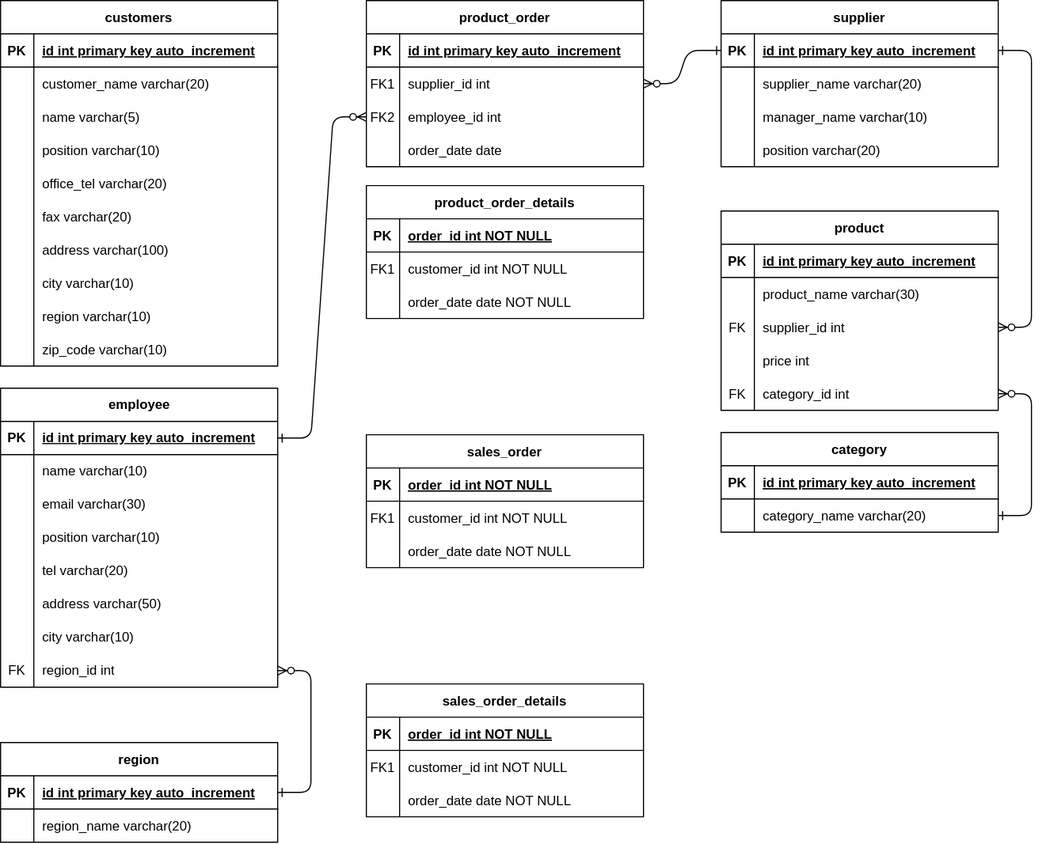
This is Mysql/northwind.svg from zzzmini/k-digital, a draw.io export, as it was before one commit. Source tidied: cells renumbered, new cells last; positions are measured from the earlier drawing's top-left corner, leaving out a move shared by most shapes.
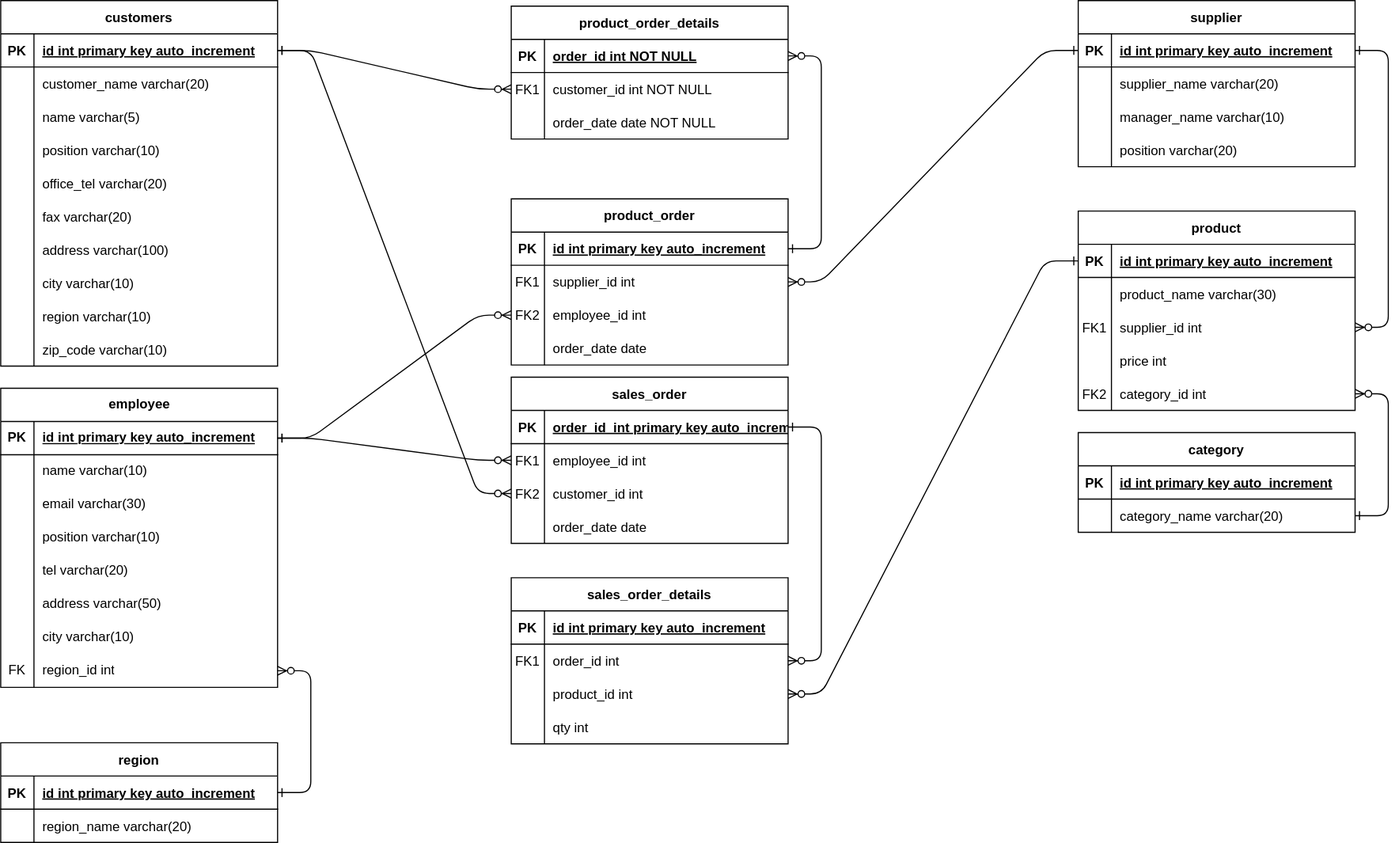
After the change.

Change to the diagram source:
```diff
@@ -9,7 +9,7 @@
       <mxGeometry relative="1" as="geometry" />
     </mxCell>
     <mxCell id="4" value="product_order" style="shape=table;startSize=30;rowLines=0;fontStyle=1;align=center;" parent="1" vertex="1">
-      <mxGeometry x="330" width="250" height="150" as="geometry" />
+      <mxGeometry x="461" y="179" width="250" height="150" as="geometry" />
     </mxCell>
     <mxCell id="5" style="shape=partialRectangle;fillColor=none;points=[[0,0.5],[1,0.5]];portConstraint=eastwest;top=0;left=0;right=0;bottom=1;" parent="4" vertex="1">
       <mxGeometry y="30" width="250" height="30" as="geometry" />
@@ -236,11 +236,11 @@
     <mxCell id="79" value="region_name varchar(20)" style="shape=partialRectangle;overflow=hidden;fillColor=none;top=0;left=0;bottom=0;right=0;align=left;spacingLeft=6;" parent="77" vertex="1">
       <mxGeometry x="30" width="220" height="30" as="geometry" />
     </mxCell>
-    <mxCell id="80" style="edgeStyle=entityRelationEdgeStyle;endArrow=ERzeroToMany;startArrow=ERone;endFill=1;startFill=0;exitX=1;exitY=0.5;exitDx=0;exitDy=0;" parent="1" edge="1" source="74" target="70">
+    <mxCell id="80" style="edgeStyle=entityRelationEdgeStyle;endArrow=ERzeroToMany;startArrow=ERone;endFill=1;startFill=0;exitX=1;exitY=0.5;exitDx=0;exitDy=0;entryX=1;entryY=0.5;entryDx=0;entryDy=0;" parent="1" edge="1" source="139" target="132">
       <mxGeometry relative="1" as="geometry" />
     </mxCell>
     <mxCell id="81" value="supplier" style="shape=table;startSize=30;rowLines=0;fontStyle=1;align=center;" parent="1" vertex="1">
-      <mxGeometry x="650" width="250" height="150" as="geometry" />
+      <mxGeometry x="973" width="250" height="150" as="geometry" />
     </mxCell>
     <mxCell id="82" style="shape=partialRectangle;fillColor=none;points=[[0,0.5],[1,0.5]];portConstraint=eastwest;top=0;left=0;right=0;bottom=1;" parent="81" vertex="1">
       <mxGeometry y="30" width="250" height="30" as="geometry" />
@@ -279,7 +279,7 @@
       <mxGeometry x="30" width="220" height="30" as="geometry" />
     </mxCell>
     <mxCell id="94" value="product" style="shape=table;startSize=30;rowLines=0;fontStyle=1;align=center;" parent="1" vertex="1">
-      <mxGeometry x="650" y="190" width="250" height="180" as="geometry" />
+      <mxGeometry x="973" y="190" width="250" height="180" as="geometry" />
     </mxCell>
     <mxCell id="95" style="shape=partialRectangle;fillColor=none;points=[[0,0.5],[1,0.5]];portConstraint=eastwest;top=0;left=0;right=0;bottom=1;" parent="94" vertex="1">
       <mxGeometry y="30" width="250" height="30" as="geometry" />
@@ -302,7 +302,7 @@
     <mxCell id="101" style="shape=partialRectangle;fillColor=none;points=[[0,0.5],[1,0.5]];portConstraint=eastwest;top=0;left=0;right=0;bottom=0;" parent="94" vertex="1">
       <mxGeometry y="90" width="250" height="30" as="geometry" />
     </mxCell>
-    <mxCell id="102" value="FK" style="shape=partialRectangle;overflow=hidden;fillColor=none;top=0;left=0;bottom=0;right=0;" parent="101" vertex="1">
+    <mxCell id="102" value="FK1" style="shape=partialRectangle;overflow=hidden;fillColor=none;top=0;left=0;bottom=0;right=0;" parent="101" vertex="1">
       <mxGeometry width="30" height="30" as="geometry" />
     </mxCell>
     <mxCell id="103" value="supplier_id int" style="shape=partialRectangle;overflow=hidden;fillColor=none;top=0;left=0;bottom=0;right=0;align=left;spacingLeft=6;" parent="101" vertex="1">
@@ -320,14 +320,14 @@
     <mxCell id="107" style="shape=partialRectangle;fillColor=none;points=[[0,0.5],[1,0.5]];portConstraint=eastwest;top=0;left=0;right=0;bottom=0;" parent="94" vertex="1">
       <mxGeometry y="150" width="250" height="30" as="geometry" />
     </mxCell>
-    <mxCell id="108" value="FK" style="shape=partialRectangle;overflow=hidden;fillColor=none;top=0;left=0;bottom=0;right=0;" parent="107" vertex="1">
+    <mxCell id="108" value="FK2" style="shape=partialRectangle;overflow=hidden;fillColor=none;top=0;left=0;bottom=0;right=0;" parent="107" vertex="1">
       <mxGeometry width="30" height="30" as="geometry" />
     </mxCell>
     <mxCell id="109" value="category_id int" style="shape=partialRectangle;overflow=hidden;fillColor=none;top=0;left=0;bottom=0;right=0;align=left;spacingLeft=6;" parent="107" vertex="1">
       <mxGeometry x="30" width="220" height="30" as="geometry" />
     </mxCell>
     <mxCell id="110" value="category" style="shape=table;startSize=30;rowLines=0;fontStyle=1;align=center;" parent="1" vertex="1">
-      <mxGeometry x="650" y="390" width="250" height="90" as="geometry" />
+      <mxGeometry x="973" y="390" width="250" height="90" as="geometry" />
     </mxCell>
     <mxCell id="111" style="shape=partialRectangle;fillColor=none;top=0;left=0;right=0;bottom=1;" parent="110" vertex="1">
       <mxGeometry y="30" width="250" height="30" as="geometry" />
@@ -351,7 +351,7 @@
       <mxGeometry relative="1" as="geometry" />
     </mxCell>
     <mxCell id="118" value="product_order_details" style="shape=table;startSize=30;rowLines=0;fontStyle=1;align=center;" parent="1" vertex="1">
-      <mxGeometry x="330" y="167" width="250" height="120" as="geometry" />
+      <mxGeometry x="461" y="5" width="250" height="120" as="geometry" />
     </mxCell>
     <mxCell id="119" style="shape=partialRectangle;fillColor=none;points=[[0,0.5],[1,0.5]];portConstraint=eastwest;top=0;left=0;right=0;bottom=1;" parent="118" vertex="1">
       <mxGeometry y="30" width="250" height="30" as="geometry" />
@@ -381,7 +381,7 @@
       <mxGeometry x="30" width="220" height="30" as="geometry" />
     </mxCell>
     <mxCell id="128" value="sales_order_details" style="shape=table;startSize=30;rowLines=0;fontStyle=1;align=center;" parent="1" vertex="1">
-      <mxGeometry x="330" y="617" width="250" height="120" as="geometry" />
+      <mxGeometry x="461" y="521" width="250" height="150" as="geometry" />
     </mxCell>
     <mxCell id="129" style="shape=partialRectangle;fillColor=none;top=0;left=0;right=0;bottom=1;" parent="128" vertex="1">
       <mxGeometry y="30" width="250" height="30" as="geometry" />
@@ -389,7 +389,7 @@
     <mxCell id="130" value="PK" style="shape=partialRectangle;overflow=hidden;fillColor=none;top=0;left=0;bottom=0;right=0;fontStyle=1;" parent="129" vertex="1">
       <mxGeometry width="30" height="30" as="geometry" />
     </mxCell>
-    <mxCell id="131" value="order_id int NOT NULL " style="shape=partialRectangle;overflow=hidden;fillColor=none;top=0;left=0;bottom=0;right=0;align=left;spacingLeft=6;fontStyle=5;" parent="129" vertex="1">
+    <mxCell id="131" value="id int primary key auto_increment " style="shape=partialRectangle;overflow=hidden;fillColor=none;top=0;left=0;bottom=0;right=0;align=left;spacingLeft=6;fontStyle=5;" parent="129" vertex="1">
       <mxGeometry x="30" width="220" height="30" as="geometry" />
     </mxCell>
     <mxCell id="132" style="shape=partialRectangle;fillColor=none;points=[[0,0.5],[1,0.5]];portConstraint=eastwest;top=0;left=0;right=0;bottom=0;" parent="128" vertex="1">
@@ -398,7 +398,7 @@
     <mxCell id="133" value="FK1" style="shape=partialRectangle;overflow=hidden;fillColor=none;top=0;left=0;bottom=0;right=0;" parent="132" vertex="1">
       <mxGeometry width="30" height="30" as="geometry" />
     </mxCell>
-    <mxCell id="134" value="customer_id int NOT NULL" style="shape=partialRectangle;overflow=hidden;fillColor=none;top=0;left=0;bottom=0;right=0;align=left;spacingLeft=6;" parent="132" vertex="1">
+    <mxCell id="134" value="order_id int" style="shape=partialRectangle;overflow=hidden;fillColor=none;top=0;left=0;bottom=0;right=0;align=left;spacingLeft=6;" parent="132" vertex="1">
       <mxGeometry x="30" width="220" height="30" as="geometry" />
     </mxCell>
     <mxCell id="135" style="shape=partialRectangle;fillColor=none;points=[[0,0.5],[1,0.5]];portConstraint=eastwest;top=0;left=0;right=0;bottom=0;" parent="128" vertex="1">
@@ -407,11 +407,20 @@
     <mxCell id="136" style="shape=partialRectangle;overflow=hidden;fillColor=none;top=0;left=0;bottom=0;right=0;" parent="135" vertex="1">
       <mxGeometry width="30" height="30" as="geometry" />
     </mxCell>
-    <mxCell id="137" value="order_date date NOT NULL" style="shape=partialRectangle;overflow=hidden;fillColor=none;top=0;left=0;bottom=0;right=0;align=left;spacingLeft=6;" parent="135" vertex="1">
+    <mxCell id="137" value="product_id int" style="shape=partialRectangle;overflow=hidden;fillColor=none;top=0;left=0;bottom=0;right=0;align=left;spacingLeft=6;" parent="135" vertex="1">
       <mxGeometry x="30" width="220" height="30" as="geometry" />
     </mxCell>
+    <mxCell id="149" style="shape=partialRectangle;fillColor=none;top=0;left=0;right=0;bottom=0;" parent="128" vertex="1">
+      <mxGeometry y="120" width="250" height="30" as="geometry" />
+    </mxCell>
+    <mxCell id="150" style="shape=partialRectangle;overflow=hidden;fillColor=none;top=0;left=0;bottom=0;right=0;" parent="149" vertex="1">
+      <mxGeometry width="30" height="30" as="geometry" />
+    </mxCell>
+    <mxCell id="151" value="qty int" style="shape=partialRectangle;overflow=hidden;fillColor=none;top=0;left=0;bottom=0;right=0;align=left;spacingLeft=6;" parent="149" vertex="1">
+      <mxGeometry x="30" width="220" height="30" as="geometry" />
+    </mxCell>
     <mxCell id="138" value="sales_order" style="shape=table;startSize=30;rowLines=0;fontStyle=1;align=center;" parent="1" vertex="1">
-      <mxGeometry x="330" y="392" width="250" height="120" as="geometry" />
+      <mxGeometry x="461" y="340" width="250" height="150" as="geometry" />
     </mxCell>
     <mxCell id="139" style="shape=partialRectangle;fillColor=none;points=[[0,0.5],[1,0.5]];portConstraint=eastwest;top=0;left=0;right=0;bottom=1;" parent="138" vertex="1">
       <mxGeometry y="30" width="250" height="30" as="geometry" />
@@ -419,7 +428,7 @@
     <mxCell id="140" value="PK" style="shape=partialRectangle;overflow=hidden;fillColor=none;top=0;left=0;bottom=0;right=0;fontStyle=1;" parent="139" vertex="1">
       <mxGeometry width="30" height="30" as="geometry" />
     </mxCell>
-    <mxCell id="141" value="order_id int NOT NULL " style="shape=partialRectangle;overflow=hidden;fillColor=none;top=0;left=0;bottom=0;right=0;align=left;spacingLeft=6;fontStyle=5;" parent="139" vertex="1">
+    <mxCell id="141" value="order_id  int primary key auto_increment " style="shape=partialRectangle;overflow=hidden;fillColor=none;top=0;left=0;bottom=0;right=0;align=left;spacingLeft=6;fontStyle=5;" parent="139" vertex="1">
       <mxGeometry x="30" width="220" height="30" as="geometry" />
     </mxCell>
     <mxCell id="142" style="shape=partialRectangle;fillColor=none;points=[[0,0.5],[1,0.5]];portConstraint=eastwest;top=0;left=0;right=0;bottom=0;" parent="138" vertex="1">
@@ -428,20 +437,47 @@
     <mxCell id="143" value="FK1" style="shape=partialRectangle;overflow=hidden;fillColor=none;top=0;left=0;bottom=0;right=0;" parent="142" vertex="1">
       <mxGeometry width="30" height="30" as="geometry" />
     </mxCell>
-    <mxCell id="144" value="customer_id int NOT NULL" style="shape=partialRectangle;overflow=hidden;fillColor=none;top=0;left=0;bottom=0;right=0;align=left;spacingLeft=6;" parent="142" vertex="1">
+    <mxCell id="144" value="employee_id int" style="shape=partialRectangle;overflow=hidden;fillColor=none;top=0;left=0;bottom=0;right=0;align=left;spacingLeft=6;" parent="142" vertex="1">
       <mxGeometry x="30" width="220" height="30" as="geometry" />
     </mxCell>
     <mxCell id="145" style="shape=partialRectangle;fillColor=none;points=[[0,0.5],[1,0.5]];portConstraint=eastwest;top=0;left=0;right=0;bottom=0;" parent="138" vertex="1">
       <mxGeometry y="90" width="250" height="30" as="geometry" />
     </mxCell>
-    <mxCell id="146" style="shape=partialRectangle;overflow=hidden;fillColor=none;top=0;left=0;bottom=0;right=0;" parent="145" vertex="1">
+    <mxCell id="146" value="FK2" style="shape=partialRectangle;overflow=hidden;fillColor=none;top=0;left=0;bottom=0;right=0;" parent="145" vertex="1">
       <mxGeometry width="30" height="30" as="geometry" />
     </mxCell>
-    <mxCell id="147" value="order_date date NOT NULL" style="shape=partialRectangle;overflow=hidden;fillColor=none;top=0;left=0;bottom=0;right=0;align=left;spacingLeft=6;" parent="145" vertex="1">
+    <mxCell id="147" value="customer_id int" style="shape=partialRectangle;overflow=hidden;fillColor=none;top=0;left=0;bottom=0;right=0;align=left;spacingLeft=6;" parent="145" vertex="1">
       <mxGeometry x="30" width="220" height="30" as="geometry" />
     </mxCell>
+    <mxCell id="152" style="shape=partialRectangle;fillColor=none;top=0;left=0;right=0;bottom=0;" parent="138" vertex="1">
+      <mxGeometry y="120" width="250" height="30" as="geometry" />
+    </mxCell>
+    <mxCell id="153" style="shape=partialRectangle;overflow=hidden;fillColor=none;top=0;left=0;bottom=0;right=0;" parent="152" vertex="1">
+      <mxGeometry width="30" height="30" as="geometry" />
+    </mxCell>
+    <mxCell id="154" value="order_date date" style="shape=partialRectangle;overflow=hidden;fillColor=none;top=0;left=0;bottom=0;right=0;align=left;spacingLeft=6;" parent="152" vertex="1">
+      <mxGeometry x="30" width="220" height="30" as="geometry" />
+    </mxCell>
     <mxCell id="148" style="edgeStyle=entityRelationEdgeStyle;endArrow=ERzeroToMany;startArrow=ERone;endFill=1;startFill=0;exitX=1;exitY=0.5;exitDx=0;exitDy=0;" parent="1" edge="1" source="49" target="11">
       <mxGeometry relative="1" as="geometry" />
     </mxCell>
+    <mxCell id="155" style="edgeStyle=entityRelationEdgeStyle;endArrow=ERzeroToMany;startArrow=ERone;endFill=1;startFill=0;exitX=1;exitY=0.5;exitDx=0;exitDy=0;entryX=0;entryY=0.5;entryDx=0;entryDy=0;" parent="1" edge="1" source="18" target="122">
+      <mxGeometry relative="1" as="geometry" />
+    </mxCell>
+    <mxCell id="156" style="edgeStyle=entityRelationEdgeStyle;endArrow=ERzeroToMany;startArrow=ERone;endFill=1;startFill=0;entryX=1;entryY=0.5;entryDx=0;entryDy=0;exitX=1;exitY=0.5;exitDx=0;exitDy=0;" parent="1" edge="1" source="5" target="119">
+      <mxGeometry relative="1" as="geometry" />
+    </mxCell>
+    <mxCell id="157" style="edgeStyle=entityRelationEdgeStyle;endArrow=ERzeroToMany;startArrow=ERone;endFill=1;startFill=0;entryX=0;entryY=0.5;entryDx=0;entryDy=0;exitX=1;exitY=0.5;exitDx=0;exitDy=0;" parent="1" edge="1" source="49" target="142">
+      <mxGeometry relative="1" as="geometry" />
+    </mxCell>
+    <mxCell id="158" style="edgeStyle=entityRelationEdgeStyle;endArrow=ERzeroToMany;startArrow=ERone;endFill=1;startFill=0;exitX=1;exitY=0.5;exitDx=0;exitDy=0;entryX=0;entryY=0.5;entryDx=0;entryDy=0;" parent="1" edge="1" source="18" target="145">
+      <mxGeometry relative="1" as="geometry" />
+    </mxCell>
+    <mxCell id="159" style="edgeStyle=entityRelationEdgeStyle;endArrow=ERzeroToMany;startArrow=ERone;endFill=1;startFill=0;exitX=0;exitY=0.5;exitDx=0;exitDy=0;" parent="1" edge="1" source="95" target="135">
+      <mxGeometry relative="1" as="geometry" />
+    </mxCell>
+    <mxCell id="160" style="edgeStyle=entityRelationEdgeStyle;endArrow=ERzeroToMany;startArrow=ERone;endFill=1;startFill=0;entryX=1;entryY=0.5;entryDx=0;entryDy=0;exitX=1;exitY=0.5;exitDx=0;exitDy=0;" parent="1" edge="1" source="74" target="70">
+      <mxGeometry relative="1" as="geometry" />
+    </mxCell>
   </root>
 </mxGraphModel>
```
